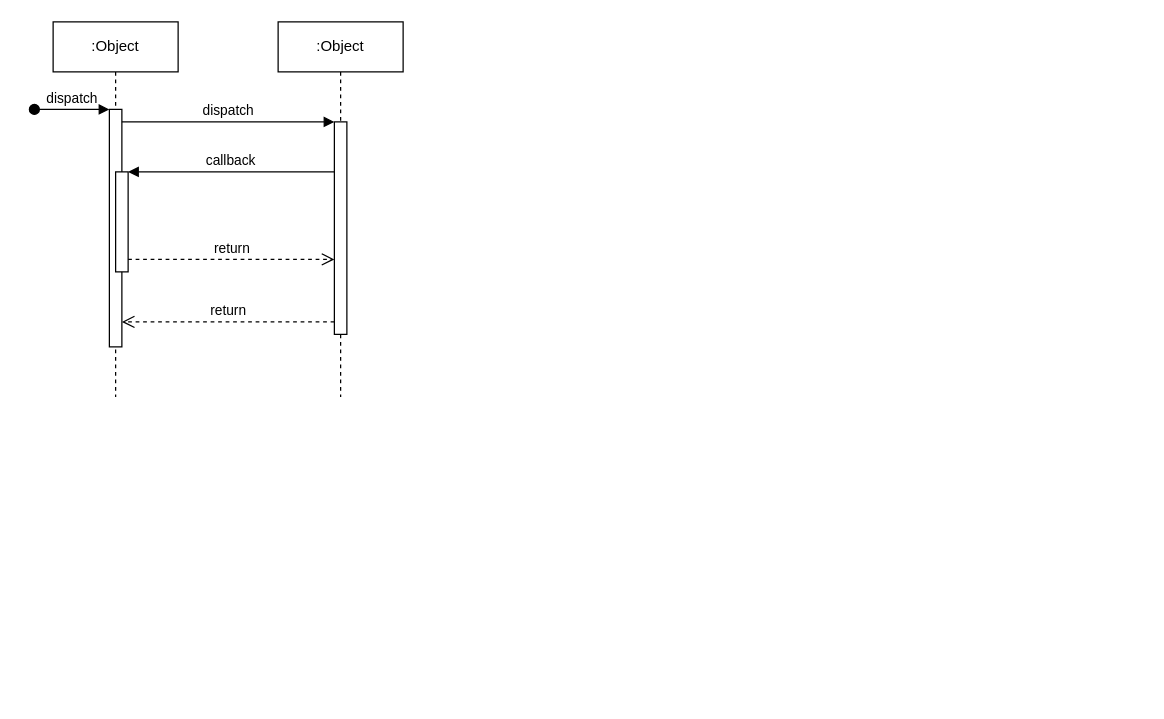
Earlier version of the draw.io diagram projetos/tennistracker/diagrama_sequencias.drawio (teaching-FEEC/ea075-2024.1). Source tidied: cells renumbered, new cells numbered last; positions are measured from the earlier drawing's top-left corner, leaving out a move shared by most shapes. Both pictures are drawn from the tidied source at 125%, with x=0, y=0 at pixel (34, 21).
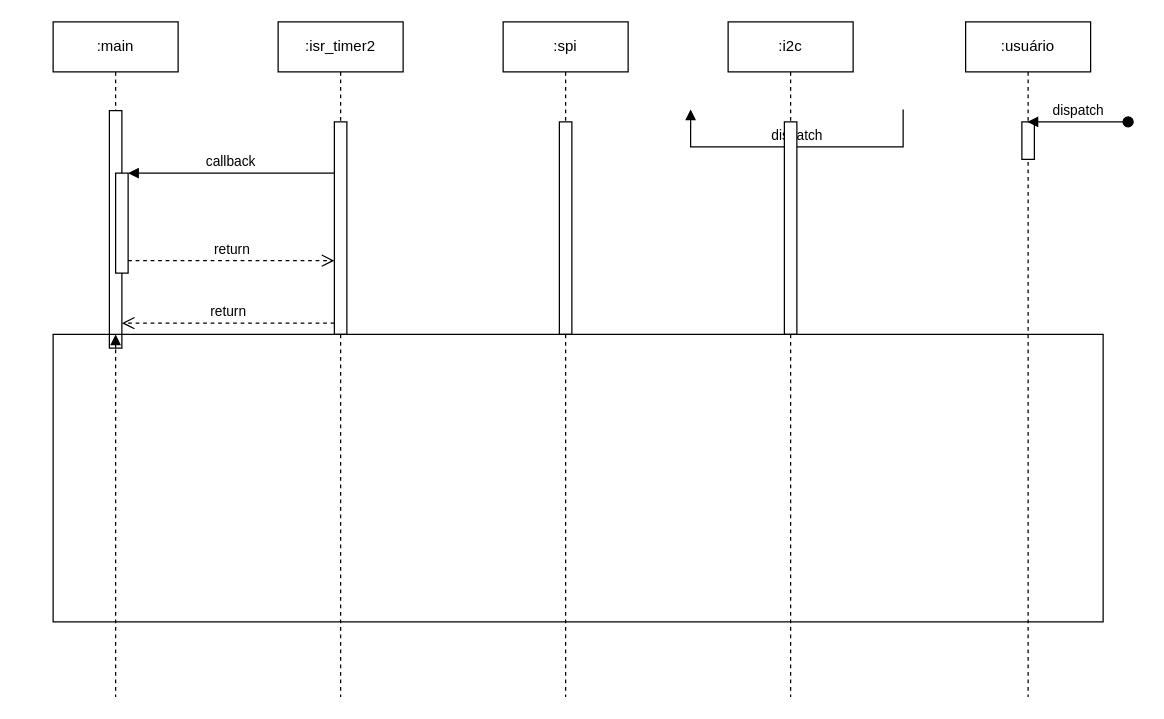
Above is the later version.

Unchanged cells that the change refers to:
```xml
<mxCell id="7" style="html=1;points=[];perimeter=orthogonalPerimeter;outlineConnect=0;targetShapes=umlLifeline;portConstraint=eastwest;newEdgeStyle={&quot;edgeStyle&quot;:&quot;elbowEdgeStyle&quot;,&quot;elbow&quot;:&quot;vertical&quot;,&quot;curved&quot;:0,&quot;rounded&quot;:0};" parent="6" vertex="1">
  <mxGeometry x="45" y="80" width="10" height="170" as="geometry" />
</mxCell>
```

Change to the diagram source:
```diff
@@
-    <mxCell id="2" value=":Object" style="shape=umlLifeline;perimeter=lifelinePerimeter;whiteSpace=wrap;html=1;newEdgeStyle={&quot;edgeStyle&quot;:&quot;elbowEdgeStyle&quot;,&quot;elbow&quot;:&quot;vertical&quot;,&quot;curved&quot;:0,&quot;rounded&quot;:0};" parent="1" vertex="1">
-      <mxGeometry x="15" width="100" height="300" as="geometry" />
+    <mxCell id="2" value=":main" style="shape=umlLifeline;perimeter=lifelinePerimeter;whiteSpace=wrap;html=1;newEdgeStyle={&quot;edgeStyle&quot;:&quot;elbowEdgeStyle&quot;,&quot;elbow&quot;:&quot;vertical&quot;,&quot;curved&quot;:0,&quot;rounded&quot;:0};" parent="1" vertex="1">
+      <mxGeometry x="15" width="100" height="540" as="geometry" />
     </mxCell>
     <mxCell id="3" style="html=1;points=[];perimeter=orthogonalPerimeter;outlineConnect=0;targetShapes=umlLifeline;portConstraint=eastwest;newEdgeStyle={&quot;edgeStyle&quot;:&quot;elbowEdgeStyle&quot;,&quot;elbow&quot;:&quot;vertical&quot;,&quot;curved&quot;:0,&quot;rounded&quot;:0};" parent="2" vertex="1">
-      <mxGeometry x="45" y="70" width="10" height="190" as="geometry" />
+      <mxGeometry x="45" y="71" width="10" height="190" as="geometry" />
     </mxCell>
-    <mxCell id="4" value="dispatch" style="html=1;verticalAlign=bottom;startArrow=oval;endArrow=block;startSize=8;edgeStyle=elbowEdgeStyle;elbow=vertical;curved=0;rounded=0;" parent="2" edge="1" target="3">
-      <mxGeometry relative="1" as="geometry">
-        <mxPoint x="-15" y="70" as="sourcePoint" />
-      </mxGeometry>
-    </mxCell>
     <mxCell id="5" style="html=1;points=[];perimeter=orthogonalPerimeter;outlineConnect=0;targetShapes=umlLifeline;portConstraint=eastwest;newEdgeStyle={&quot;edgeStyle&quot;:&quot;elbowEdgeStyle&quot;,&quot;elbow&quot;:&quot;vertical&quot;,&quot;curved&quot;:0,&quot;rounded&quot;:0};" parent="2" vertex="1">
-      <mxGeometry x="50" y="120" width="10" height="80" as="geometry" />
+      <mxGeometry x="50" y="121" width="10" height="80" as="geometry" />
     </mxCell>
-    <mxCell id="6" value=":Object" style="shape=umlLifeline;perimeter=lifelinePerimeter;whiteSpace=wrap;html=1;newEdgeStyle={&quot;edgeStyle&quot;:&quot;elbowEdgeStyle&quot;,&quot;elbow&quot;:&quot;vertical&quot;,&quot;curved&quot;:0,&quot;rounded&quot;:0};" parent="1" vertex="1">
-      <mxGeometry x="195" width="100" height="300" as="geometry" />
+    <mxCell id="6" value=":isr_timer2" style="shape=umlLifeline;perimeter=lifelinePerimeter;whiteSpace=wrap;html=1;newEdgeStyle={&quot;edgeStyle&quot;:&quot;elbowEdgeStyle&quot;,&quot;elbow&quot;:&quot;vertical&quot;,&quot;curved&quot;:0,&quot;rounded&quot;:0};" parent="1" vertex="1">
+      <mxGeometry x="195" width="100" height="540" as="geometry" />
     </mxCell>
@@
-    <mxCell id="8" value="dispatch" style="html=1;verticalAlign=bottom;endArrow=block;edgeStyle=elbowEdgeStyle;elbow=vertical;curved=0;rounded=0;" parent="1" edge="1" source="3" target="7">
+    <mxCell id="8" value="dispatch" style="html=1;verticalAlign=bottom;endArrow=block;edgeStyle=elbowEdgeStyle;elbow=vertical;curved=0;rounded=0;" parent="1" edge="1">
       <mxGeometry relative="1" as="geometry">
+        <mxPoint x="695" y="70" as="sourcePoint" />
+        <mxPoint x="525" y="70" as="targetPoint" />
         <Array as="points">
-          <mxPoint x="155" y="80" />
+          <mxPoint x="785" y="100" />
         </Array>
       </mxGeometry>
     </mxCell>
-    <mxCell id="9" value="return" style="html=1;verticalAlign=bottom;endArrow=open;dashed=1;endSize=8;edgeStyle=elbowEdgeStyle;elbow=vertical;curved=0;rounded=0;" parent="1" edge="1" source="7" target="3">
+    <mxCell id="9" value="return" style="html=1;verticalAlign=bottom;endArrow=open;dashed=1;endSize=8;edgeStyle=elbowEdgeStyle;elbow=vertical;curved=0;rounded=0;" parent="1" edge="1" target="3">
       <mxGeometry relative="1" as="geometry">
+        <mxPoint x="240" y="241" as="sourcePoint" />
         <Array as="points">
-          <mxPoint x="165" y="240" />
+          <mxPoint x="165" y="241" />
         </Array>
       </mxGeometry>
     </mxCell>
-    <mxCell id="10" value="callback" style="html=1;verticalAlign=bottom;endArrow=block;edgeStyle=elbowEdgeStyle;elbow=vertical;curved=0;rounded=0;" parent="1" edge="1" source="7" target="5">
+    <mxCell id="10" value="callback" style="html=1;verticalAlign=bottom;endArrow=block;edgeStyle=elbowEdgeStyle;elbow=vertical;curved=0;rounded=0;" parent="1" edge="1" target="5">
       <mxGeometry relative="1" as="geometry">
+        <mxPoint x="240" y="121" as="sourcePoint" />
         <Array as="points">
-          <mxPoint x="165" y="120" />
+          <mxPoint x="165" y="121" />
         </Array>
       </mxGeometry>
     </mxCell>
-    <mxCell id="11" value="return" style="html=1;verticalAlign=bottom;endArrow=open;dashed=1;endSize=8;edgeStyle=elbowEdgeStyle;elbow=vertical;curved=0;rounded=0;" parent="1" edge="1" source="5" target="7">
+    <mxCell id="11" value="return" style="html=1;verticalAlign=bottom;endArrow=open;dashed=1;endSize=8;edgeStyle=elbowEdgeStyle;elbow=vertical;curved=0;rounded=0;" parent="1" edge="1" source="5">
       <mxGeometry relative="1" as="geometry">
+        <mxPoint x="240" y="191" as="targetPoint" />
         <Array as="points">
-          <mxPoint x="155" y="190" />
+          <mxPoint x="155" y="191" />
         </Array>
       </mxGeometry>
     </mxCell>
+    <mxCell id="12" value=":spi" style="shape=umlLifeline;perimeter=lifelinePerimeter;whiteSpace=wrap;html=1;newEdgeStyle={&quot;edgeStyle&quot;:&quot;elbowEdgeStyle&quot;,&quot;elbow&quot;:&quot;vertical&quot;,&quot;curved&quot;:0,&quot;rounded&quot;:0};" parent="1" vertex="1">
+      <mxGeometry x="375" width="100" height="540" as="geometry" />
+    </mxCell>
+    <mxCell id="13" style="html=1;perimeter=orthogonalPerimeter;targetShapes=umlLifeline;newEdgeStyle={&quot;edgeStyle&quot;:&quot;elbowEdgeStyle&quot;,&quot;elbow&quot;:&quot;vertical&quot;,&quot;curved&quot;:0,&quot;rounded&quot;:0};" parent="12" vertex="1">
+      <mxGeometry x="45" y="80" width="10" height="170" as="geometry" />
+    </mxCell>
+    <mxCell id="14" value=":i2c" style="shape=umlLifeline;perimeter=lifelinePerimeter;whiteSpace=wrap;html=1;newEdgeStyle={&quot;edgeStyle&quot;:&quot;elbowEdgeStyle&quot;,&quot;elbow&quot;:&quot;vertical&quot;,&quot;curved&quot;:0,&quot;rounded&quot;:0};" parent="1" vertex="1">
+      <mxGeometry x="555" width="100" height="540" as="geometry" />
+    </mxCell>
+    <mxCell id="15" style="html=1;perimeter=orthogonalPerimeter;targetShapes=umlLifeline;newEdgeStyle={&quot;edgeStyle&quot;:&quot;elbowEdgeStyle&quot;,&quot;elbow&quot;:&quot;vertical&quot;,&quot;curved&quot;:0,&quot;rounded&quot;:0};" parent="14" vertex="1">
+      <mxGeometry x="45" y="80" width="10" height="170" as="geometry" />
+    </mxCell>
+    <mxCell id="16" value=":usuário" style="shape=umlLifeline;perimeter=lifelinePerimeter;whiteSpace=wrap;html=1;outlineConnect=0;portConstraint=eastwest;newEdgeStyle={&quot;edgeStyle&quot;:&quot;elbowEdgeStyle&quot;,&quot;elbow&quot;:&quot;vertical&quot;,&quot;curved&quot;:0,&quot;rounded&quot;:0};" parent="1" vertex="1">
+      <mxGeometry x="745" width="100" height="540" as="geometry" />
+    </mxCell>
+    <mxCell id="17" style="html=1;perimeter=orthogonalPerimeter;targetShapes=umlLifeline;newEdgeStyle={&quot;edgeStyle&quot;:&quot;elbowEdgeStyle&quot;,&quot;elbow&quot;:&quot;vertical&quot;,&quot;curved&quot;:0,&quot;rounded&quot;:0};" parent="16" vertex="1">
+      <mxGeometry x="45" y="80" width="10" height="30" as="geometry" />
+    </mxCell>
+    <mxCell id="18" style="html=1;verticalAlign=bottom;endArrow=block;edgeStyle=elbowEdgeStyle;elbow=vertical;curved=0;rounded=0;" parent="1" edge="1" source="3" target="19">
+      <mxGeometry relative="1" as="geometry" />
+    </mxCell>
+    <mxCell id="19" style="rounded=0;whiteSpace=wrap;html=1;fillColor=none;" parent="1" vertex="1">
+      <mxGeometry x="15" y="250" width="840" height="230" as="geometry" />
+    </mxCell>
+    <mxCell id="4" value="dispatch" style="html=1;verticalAlign=bottom;startArrow=oval;endArrow=block;startSize=8;edgeStyle=elbowEdgeStyle;elbow=vertical;curved=0;rounded=0;" parent="1" edge="1" target="16">
+      <mxGeometry relative="1" as="geometry">
+        <mxPoint x="875" y="80" as="sourcePoint" />
+      </mxGeometry>
+    </mxCell>
```
